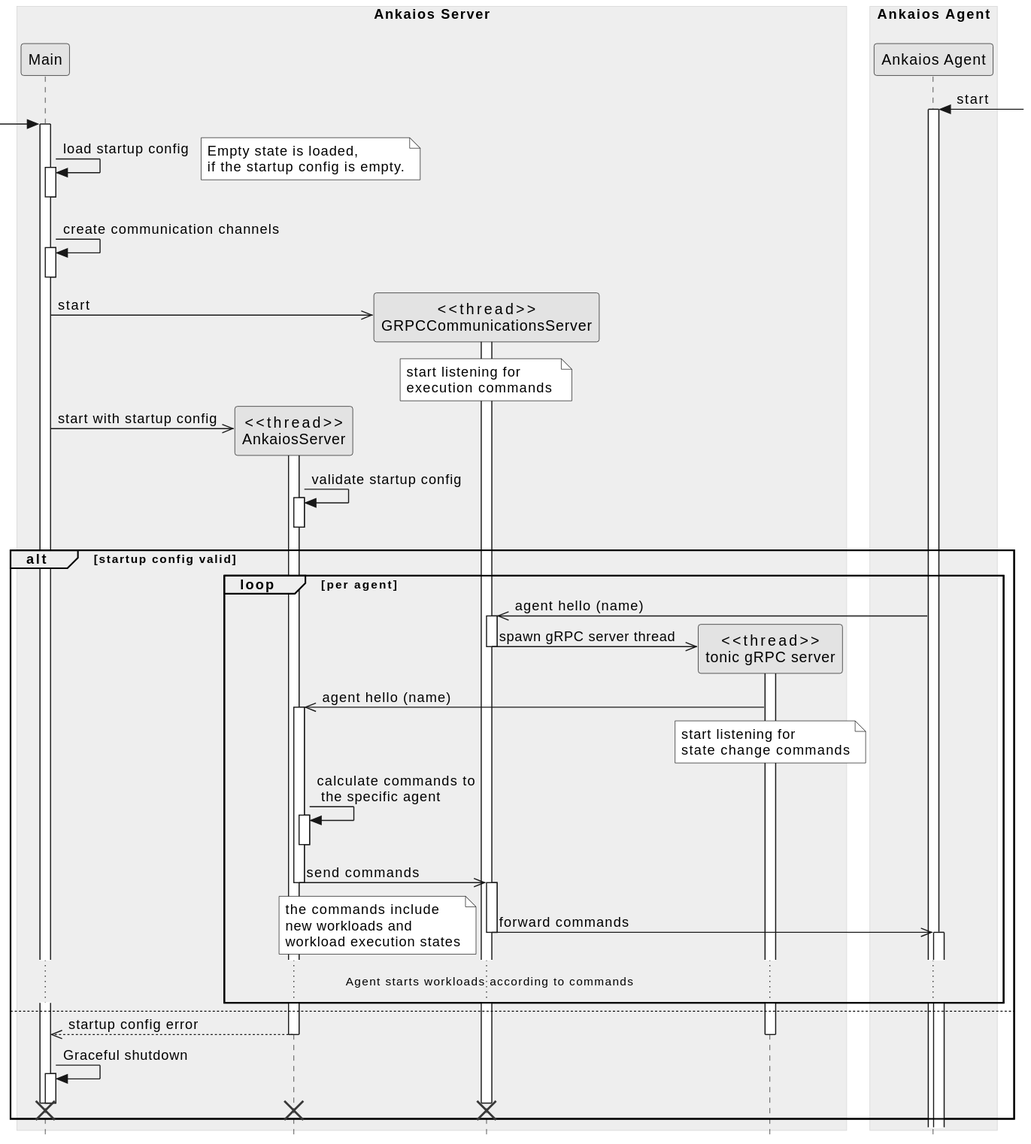
Above: server/doc/swdesign/plantuml/seq_startup.svg in eclipse-ankaios/ankaios (PlantUML), before the change.
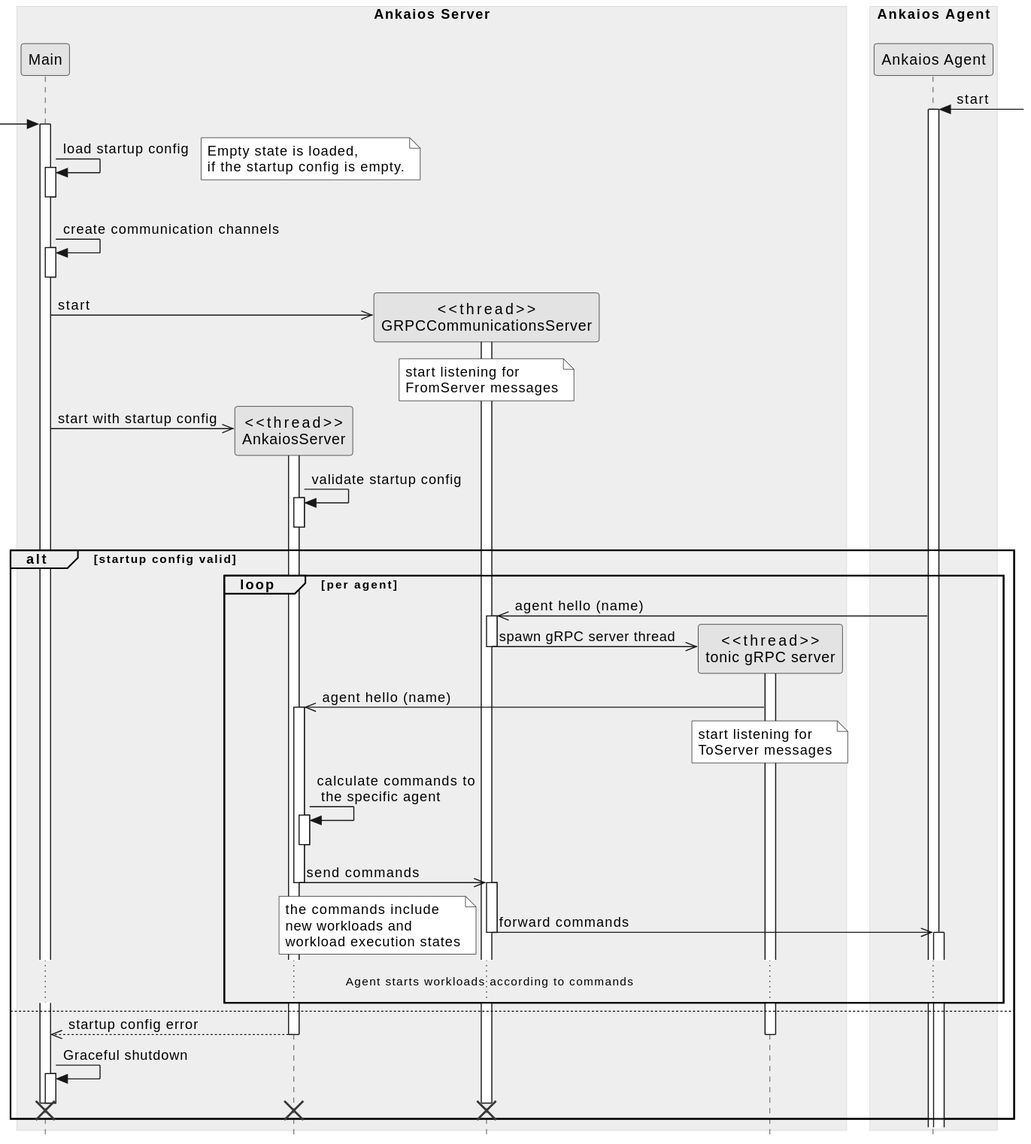
After the commit.

What changed in the source:
```diff
@@ -23,7 +23,7 @@
 activate grpc_server
 note over grpc_server
     start listening for
-    execution commands /'evil laughter'/
+    FromServer messages
 end note
 main ->> server **: start with startup config
 activate server
@@ -39,7 +39,7 @@
     tonic_server ->> server++: agent hello (name)
     note over tonic_server
         start listening for
-        state change commands
+        ToServer messages
     end note
 
     server -> server ++--: calculate commands to \n the specific agent
```
